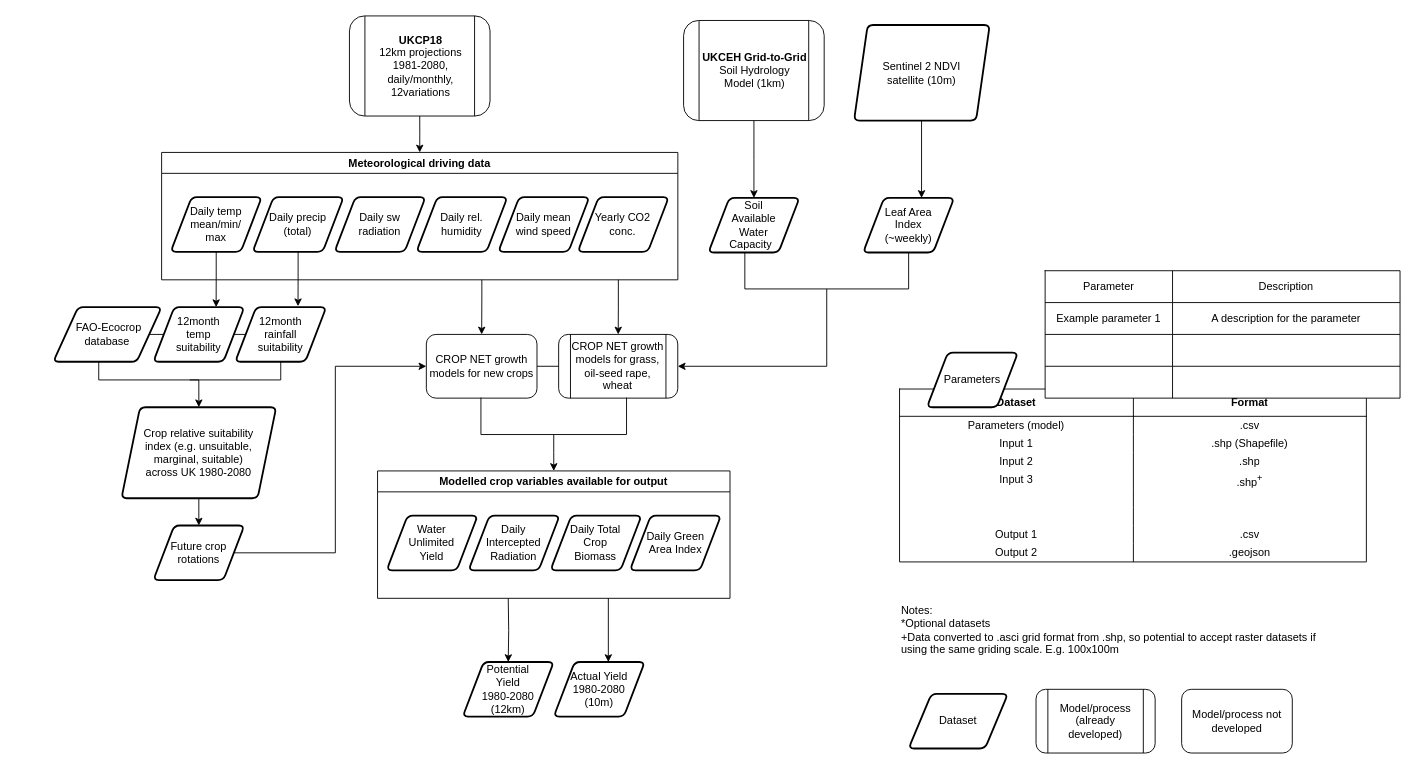
This is cropnet/cropnet.drawio from OpenCLIM/workflow-diagrams, a draw.io file, before an edit. Source tidied: cells renumbered, new cells numbered last; positions are measured from the earlier drawing's top-left corner, leaving out a move shared by most shapes. Both pictures are drawn from the tidied source at 91%, with x=0, y=0 at pixel (53, 15).
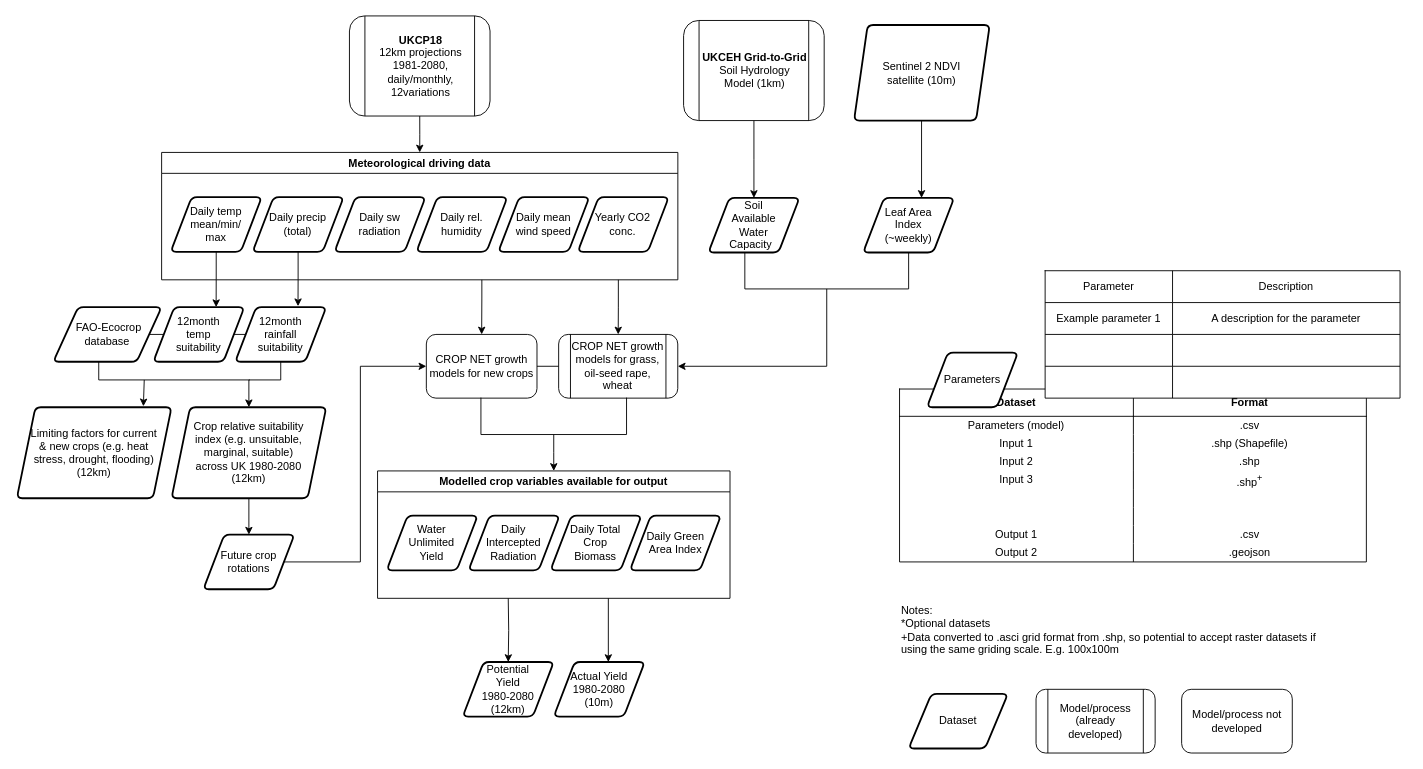
The same page after the edit.

The change refers to these unchanged cells:
```xml
<mxCell id="72" style="shape=partialRectangle;whiteSpace=wrap;html=1;bottom=1;right=1;left=1;top=0;fillColor=none;routingCenterX=-0.5;" parent="1" vertex="1">
  <mxGeometry x="50" y="380" width="200" height="20" as="geometry" />
</mxCell>
```

What changed in the source:
```diff
@@
-    <mxCell id="64" style="edgeStyle=orthogonalEdgeStyle;rounded=0;jettySize=auto;html=1;exitX=0.5;exitY=1;exitDx=0;exitDy=0;entryX=0.5;entryY=0;entryDx=0;entryDy=0;" parent="1" edge="1" source="65" target="68">
+    <mxCell id="64" style="edgeStyle=orthogonalEdgeStyle;rounded=0;jettySize=auto;html=1;exitX=0.5;exitY=1;exitDx=0;exitDy=0;entryX=0.5;entryY=0;entryDx=0;entryDy=0;" parent="1" edge="1" source="96" target="68">
       <mxGeometry relative="1" as="geometry" />
     </mxCell>
-    <mxCell id="65" value="&lt;div&gt;Crop relative suitability&lt;/div&gt;&lt;div&gt;index (e.g. unsuitable,&lt;/div&gt;&lt;div&gt;marginal, suitable)&lt;/div&gt;&lt;div&gt; across UK 1980-2080&lt;br&gt;&lt;/div&gt;" style="shape=parallelogram;html=1;strokeWidth=2;perimeter=parallelogramPerimeter;whiteSpace=wrap;rounded=1;arcSize=12;size=0.12;" parent="1" vertex="1">
-      <mxGeometry x="75" y="430" width="170" height="100" as="geometry" />
+    <mxCell id="65" value="&lt;div&gt;Limiting factors for current&lt;/div&gt;&lt;div&gt;&amp;amp; new crops (e.g. heat&lt;/div&gt;&lt;div&gt;stress, drought, flooding)&lt;/div&gt;&lt;div&gt;(12km)&lt;br&gt;&lt;/div&gt;" style="shape=parallelogram;html=1;strokeWidth=2;perimeter=parallelogramPerimeter;whiteSpace=wrap;rounded=1;arcSize=12;size=0.12;" parent="1" vertex="1">
+      <mxGeometry x="-40" y="430" width="170" height="100" as="geometry" />
     </mxCell>
@@
     <mxCell id="68" value="&lt;div&gt;Future crop&lt;/div&gt;&lt;div&gt;rotations&lt;br&gt;&lt;/div&gt;" style="shape=parallelogram;html=1;strokeWidth=2;perimeter=parallelogramPerimeter;whiteSpace=wrap;rounded=1;arcSize=12;size=0.23;" parent="1" vertex="1">
-      <mxGeometry x="110" y="560" width="100" height="60" as="geometry" />
+      <mxGeometry x="165" y="570" width="100" height="60" as="geometry" />
     </mxCell>
@@
-    <mxCell id="71" style="edgeStyle=orthogonalEdgeStyle;rounded=0;jettySize=auto;html=1;exitX=0.5;exitY=1;exitDx=0;exitDy=0;entryX=0.5;entryY=0;entryDx=0;entryDy=0;" parent="1" edge="1" source="72" target="65">
+    <mxCell id="71" style="edgeStyle=orthogonalEdgeStyle;rounded=0;jettySize=auto;html=1;exitX=0.83;exitY=1;exitDx=0;exitDy=0;entryX=0.5;entryY=0;entryDx=0;entryDy=0;exitPerimeter=0;" parent="1" edge="1" source="72" target="96">
       <mxGeometry relative="1" as="geometry">
         <Array as="points">
-          <mxPoint x="160" y="400" />
+          <mxPoint x="215" y="400" />
         </Array>
       </mxGeometry>
     </mxCell>
+    <mxCell id="95" style="edgeStyle=orthogonalEdgeStyle;rounded=0;jettySize=auto;html=1;exitX=0.25;exitY=1;exitDx=0;exitDy=0;entryX=0.818;entryY=-0.01;entryDx=0;entryDy=0;entryPerimeter=0;" parent="1" edge="1" source="72" target="65">
+      <mxGeometry relative="1" as="geometry" />
+    </mxCell>
@@
+    <mxCell id="96" value="&lt;div&gt;Crop relative suitability&lt;/div&gt;&lt;div&gt;index (e.g. unsuitable,&lt;/div&gt;&lt;div&gt;marginal, suitable)&lt;/div&gt;&lt;div&gt; across UK 1980-2080&lt;/div&gt;&lt;div&gt;(12km)&lt;br&gt;&lt;/div&gt;" style="shape=parallelogram;html=1;strokeWidth=2;perimeter=parallelogramPerimeter;whiteSpace=wrap;rounded=1;arcSize=12;size=0.12;" parent="1" vertex="1">
+      <mxGeometry x="130" y="430" width="170" height="100" as="geometry" />
+    </mxCell>
```
